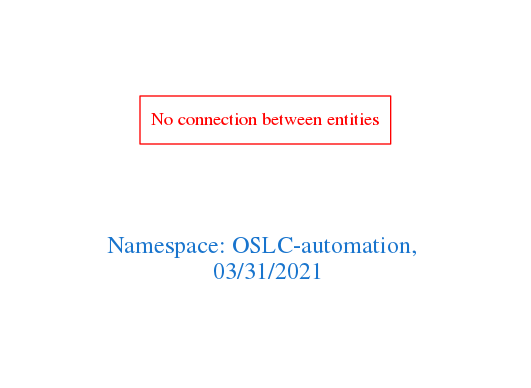
Before: downloads/OSLC-automation.png, a diagram exported from Graphviz (arago/OGIT). Its source is kept beside it as downloads/OSLC-automation.dot.
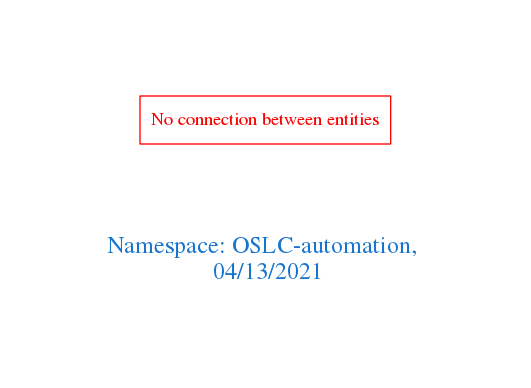
The same file after the commit.

Diff of the diagram source:
```diff
@@ -1,7 +1,7 @@
 digraph OGIT_ontology {
  graph [ rankdir= LR,pad=1
 fontsize = 18,
-fontcolor= dodgerblue3,label = "\n\n\nNamespace: OSLC-automation, \n 03/31/2021"];
+fontcolor= dodgerblue3,label = "\n\n\nNamespace: OSLC-automation, \n 04/13/2021"];
 node[shape=polygon];
 edge [  color="gray81"];
 
```
